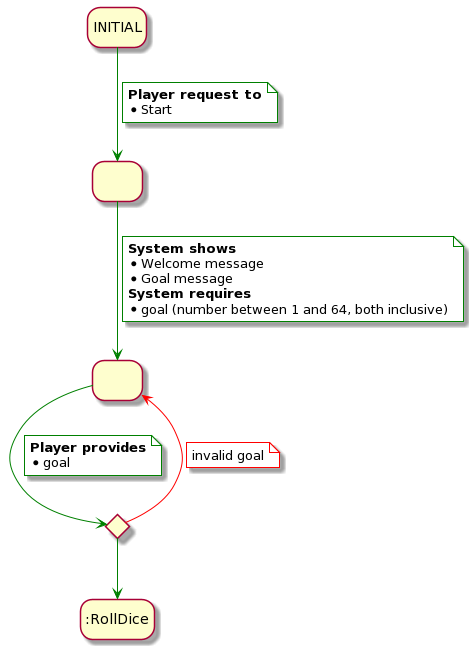
The PlantUML diagram rup/usecase/start.png in USantaTecla-game-backgammon/backgammon, before a commit.
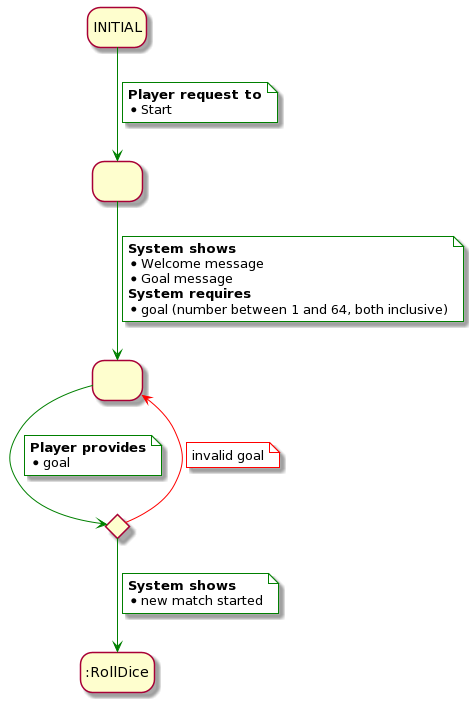
Above is the later version.

Commit message:
Improve start and move_piece use case description and analysis

The edit, as a diff of the source:
```diff
@@ -29,6 +29,10 @@
 end note
 
 validate -[#green]-> :RollDice
+note on link #white
+    <b>System shows</b>
+    * new match started
+end note
 
 INITIAL -[#green]-> 1
 note on link #white
```
